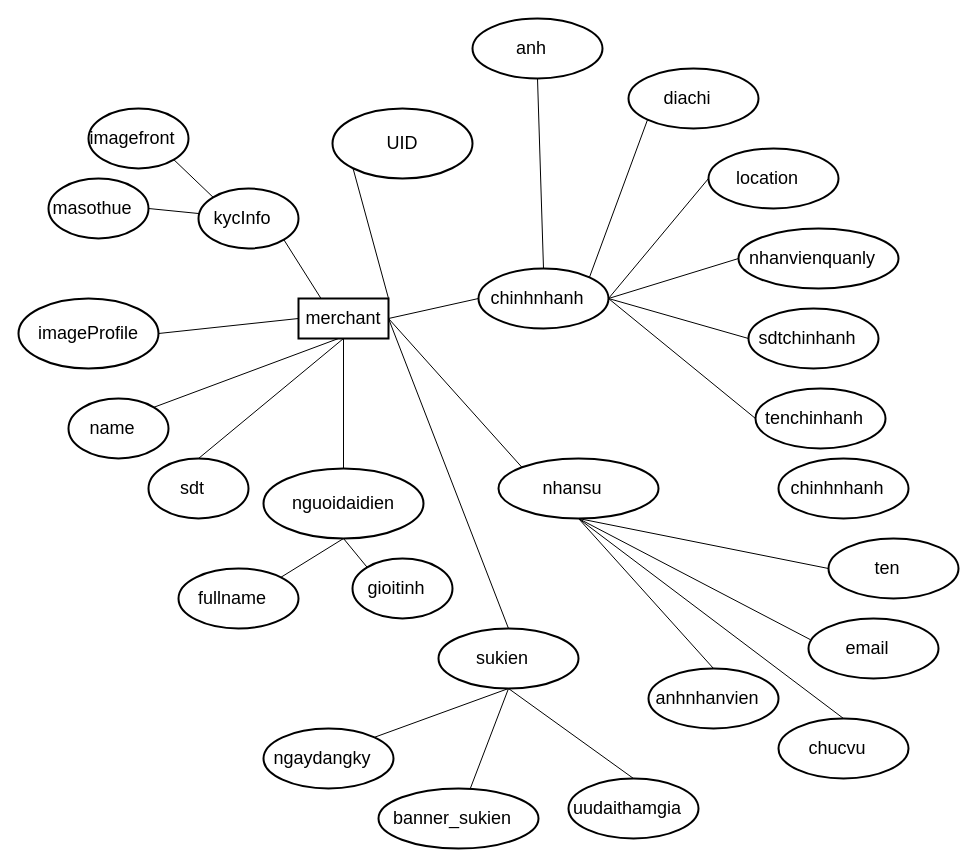
Earlier version of the draw.io diagram thucthemerchant.drawio (nguyendu11a2/TADA_DIAGRAM). Source tidied: cells renumbered, new cells numbered last; positions are measured from the earlier drawing's top-left corner, leaving out a move shared by most shapes. Both pictures are drawn from the tidied source at 100%, with x=0, y=0 at pixel (18, 18).
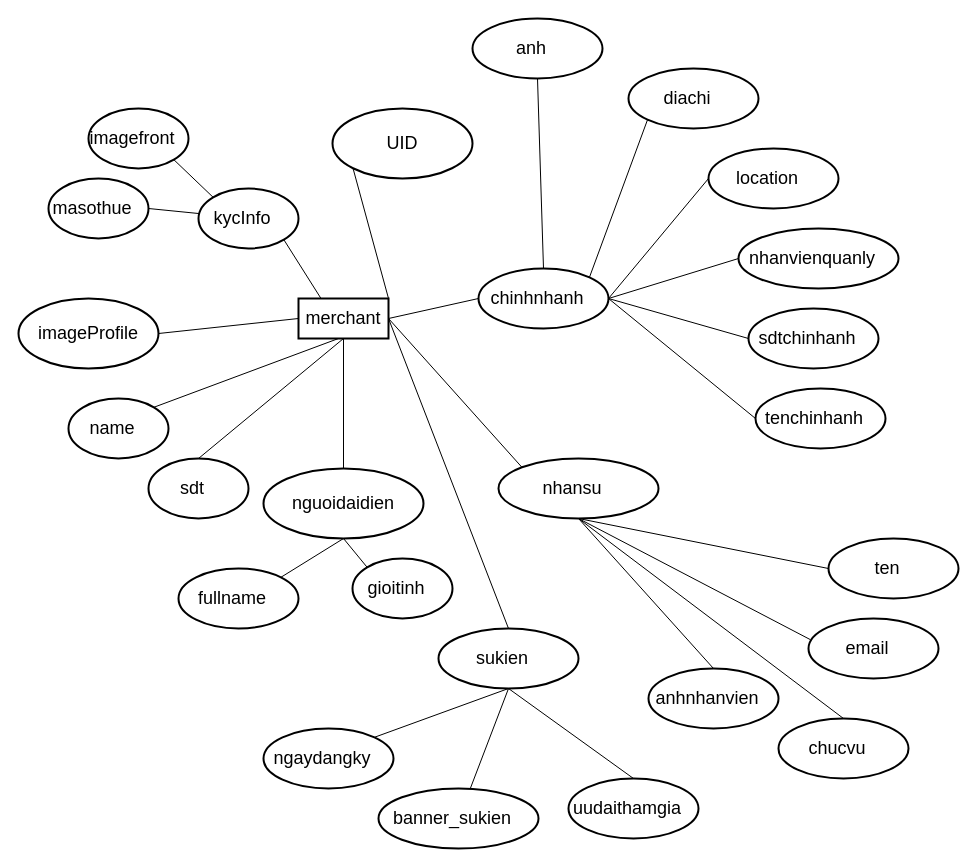
Above is the later version.

What changed in the source:
```diff
@@
-    <mxCell id="48" value="&lt;div class=&quot;database-node-click-target&quot; style=&quot;align-items: center ; box-sizing: border-box ; cursor: pointer ; display: flex ; min-height: 32px ; padding: 0px 16px 0px 12px ; position: relative ; font-size: 18px&quot;&gt;&lt;div class=&quot;database-key-value&quot; style=&quot;align-items: flex-start ; display: flex ; justify-content: flex-start ; padding: 6px 0px ; font-size: 18px&quot;&gt;&lt;span class=&quot;database-key&quot; style=&quot;display: inline-block; margin-right: 8px; font-size: 18px;&quot;&gt;&lt;span style=&quot;font-size: 18px&quot;&gt;chinhnhanh&lt;/span&gt;&lt;/span&gt;&lt;/div&gt;&lt;/div&gt;" style="ellipse;whiteSpace=wrap;html=1;fontSize=18;strokeWidth=2;fontColor=#000000;" parent="1" vertex="1">
-      <mxGeometry x="760" y="440" width="130" height="60" as="geometry" />
-    </mxCell>
```
